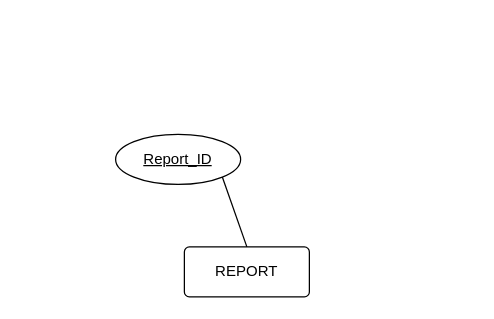
The draw.io diagram bigfoot-diagrams.drawio in Bigfoot-In-Ass/bigfoot-sighting-db, before the edit. Source tidied: cells renumbered, new cells numbered last; positions are measured from the earlier drawing's top-left corner, leaving out a move shared by most shapes. Both pictures are drawn from the tidied source at 125%, with x=0, y=0 at pixel (115, 134).
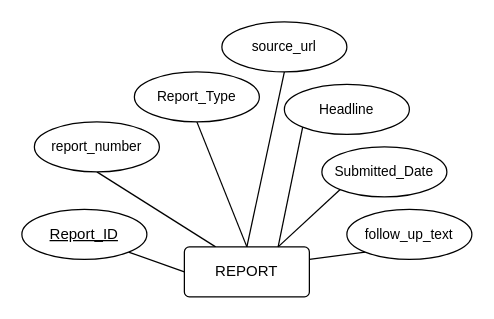
The same page after the edit.

Commit message:
resource.erd: added `REPORT` entity

The edit, as a diff of the source:
```diff
@@
 <mxGraphModel>
   <root>
     <mxCell id="0" />
     <mxCell id="1" parent="0" />
+    <mxCell id="5" style="edgeStyle=none;shape=connector;rounded=1;html=1;exitX=0.25;exitY=0;exitDx=0;exitDy=0;entryX=0.5;entryY=1;entryDx=0;entryDy=0;strokeColor=default;align=center;verticalAlign=middle;fontFamily=Helvetica;fontSize=11;fontColor=default;labelBackgroundColor=default;endArrow=none;endFill=0;" parent="1" edge="1" source="2" target="6">
+      <mxGeometry relative="1" as="geometry" />
+    </mxCell>
     <mxCell id="2" value="REPORT" style="rounded=1;arcSize=10;whiteSpace=wrap;html=1;align=center;" parent="1" vertex="1">
       <mxGeometry x="55" y="90" width="100" height="40" as="geometry" />
     </mxCell>
-    <mxCell id="3" style="edgeStyle=none;html=1;exitX=1;exitY=1;exitDx=0;exitDy=0;entryX=0.5;entryY=0;entryDx=0;entryDy=0;endArrow=none;endFill=0;" parent="1" edge="1" source="4" target="2">
+    <mxCell id="3" style="edgeStyle=none;html=1;exitX=1;exitY=1;exitDx=0;exitDy=0;entryX=0;entryY=0.5;entryDx=0;entryDy=0;endArrow=none;endFill=0;" parent="1" edge="1" source="4" target="2">
       <mxGeometry relative="1" as="geometry" />
     </mxCell>
     <mxCell id="4" value="Report_ID" style="ellipse;whiteSpace=wrap;html=1;align=center;fontStyle=4;" parent="1" vertex="1">
-      <mxGeometry width="100" height="40" as="geometry" />
+      <mxGeometry x="-75" y="60" width="100" height="40" as="geometry" />
     </mxCell>
+    <mxCell id="6" value="report_number" style="ellipse;whiteSpace=wrap;html=1;align=center;fontFamily=Helvetica;fontSize=11;fontColor=default;labelBackgroundColor=default;" parent="1" vertex="1">
+      <mxGeometry x="-65" y="-10" width="100" height="40" as="geometry" />
+    </mxCell>
+    <mxCell id="7" style="edgeStyle=none;shape=connector;rounded=1;html=1;exitX=0.5;exitY=1;exitDx=0;exitDy=0;entryX=0.5;entryY=0;entryDx=0;entryDy=0;strokeColor=default;align=center;verticalAlign=middle;fontFamily=Helvetica;fontSize=11;fontColor=default;labelBackgroundColor=default;endArrow=none;endFill=0;" parent="1" edge="1" source="8" target="2">
+      <mxGeometry relative="1" as="geometry" />
+    </mxCell>
+    <mxCell id="8" value="Report_Type" style="ellipse;whiteSpace=wrap;html=1;align=center;fontFamily=Helvetica;fontSize=11;fontColor=default;labelBackgroundColor=default;" parent="1" vertex="1">
+      <mxGeometry x="15" y="-50" width="100" height="40" as="geometry" />
+    </mxCell>
+    <mxCell id="9" style="edgeStyle=none;shape=connector;rounded=1;html=1;exitX=0;exitY=1;exitDx=0;exitDy=0;entryX=0.75;entryY=0;entryDx=0;entryDy=0;strokeColor=default;align=center;verticalAlign=middle;fontFamily=Helvetica;fontSize=11;fontColor=default;labelBackgroundColor=default;endArrow=none;endFill=0;" parent="1" edge="1" source="10" target="2">
+      <mxGeometry relative="1" as="geometry" />
+    </mxCell>
+    <mxCell id="10" value="Headline" style="ellipse;whiteSpace=wrap;html=1;align=center;fontFamily=Helvetica;fontSize=11;fontColor=default;labelBackgroundColor=default;" parent="1" vertex="1">
+      <mxGeometry x="135" y="-40" width="100" height="40" as="geometry" />
+    </mxCell>
+    <mxCell id="11" style="edgeStyle=none;shape=connector;rounded=1;html=1;exitX=0;exitY=1;exitDx=0;exitDy=0;entryX=0.75;entryY=0;entryDx=0;entryDy=0;strokeColor=default;align=center;verticalAlign=middle;fontFamily=Helvetica;fontSize=11;fontColor=default;labelBackgroundColor=default;endArrow=none;endFill=0;" parent="1" edge="1" source="12" target="2">
+      <mxGeometry relative="1" as="geometry" />
+    </mxCell>
+    <mxCell id="12" value="Submitted_Date" style="ellipse;whiteSpace=wrap;html=1;align=center;fontFamily=Helvetica;fontSize=11;fontColor=default;labelBackgroundColor=default;" parent="1" vertex="1">
+      <mxGeometry x="165" y="10" width="100" height="40" as="geometry" />
+    </mxCell>
+    <mxCell id="13" style="edgeStyle=none;shape=connector;rounded=1;html=1;exitX=0;exitY=1;exitDx=0;exitDy=0;entryX=1;entryY=0.25;entryDx=0;entryDy=0;strokeColor=default;align=center;verticalAlign=middle;fontFamily=Helvetica;fontSize=11;fontColor=default;labelBackgroundColor=default;endArrow=none;endFill=0;" parent="1" edge="1" source="14" target="2">
+      <mxGeometry relative="1" as="geometry" />
+    </mxCell>
+    <mxCell id="14" value="follow_up_text" style="ellipse;whiteSpace=wrap;html=1;align=center;fontFamily=Helvetica;fontSize=11;fontColor=default;labelBackgroundColor=default;" parent="1" vertex="1">
+      <mxGeometry x="185" y="60" width="100" height="40" as="geometry" />
+    </mxCell>
+    <mxCell id="15" style="edgeStyle=none;shape=connector;rounded=1;html=1;exitX=0.5;exitY=1;exitDx=0;exitDy=0;entryX=0.5;entryY=0;entryDx=0;entryDy=0;strokeColor=default;align=center;verticalAlign=middle;fontFamily=Helvetica;fontSize=11;fontColor=default;labelBackgroundColor=default;endArrow=none;endFill=0;" parent="1" edge="1" source="16" target="2">
+      <mxGeometry relative="1" as="geometry" />
+    </mxCell>
+    <mxCell id="16" value="source_url" style="ellipse;whiteSpace=wrap;html=1;align=center;fontFamily=Helvetica;fontSize=11;fontColor=default;labelBackgroundColor=default;" parent="1" vertex="1">
+      <mxGeometry x="85" y="-90" width="100" height="40" as="geometry" />
+    </mxCell>
   </root>
 </mxGraphModel>
```
